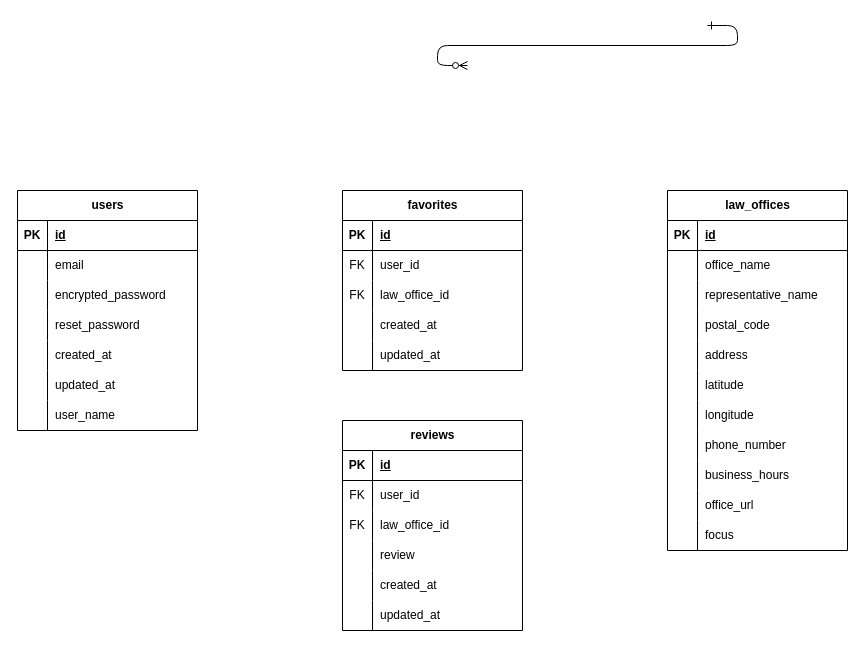
Above: law_office_search_ER.drawio in kawakami1995/law_office_search (draw.io), before the change. Source tidied: cells renumbered, new cells numbered last; positions are measured from the earlier drawing's top-left corner, leaving out a move shared by most shapes. Both pictures are drawn from the tidied source at 100%, with x=0, y=0 at pixel (17, 25).
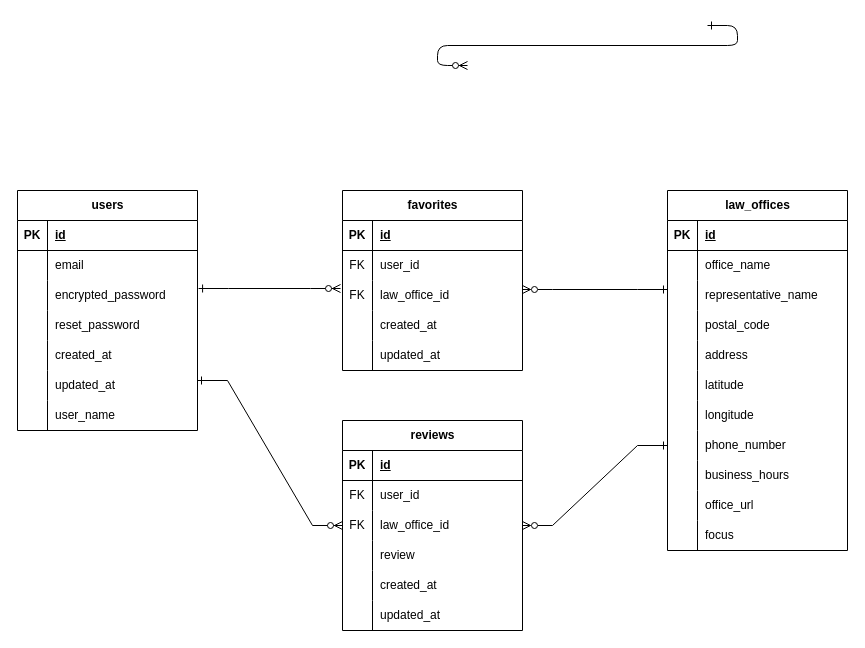
The same page after the edit.

Commit message:
law_office_search_ER.drawio を更新します

Unchanged cells that the change refers to:
```xml
<mxCell id="10" style="shape=tableRow;horizontal=0;startSize=0;swimlaneHead=0;swimlaneBody=0;fillColor=none;points=[[0,0.5],[1,0.5]];portConstraint=eastwest;top=0;left=0;right=0;bottom=0;" parent="3" vertex="1">
  <mxGeometry y="90" width="180" height="30" as="geometry" />
</mxCell>
<mxCell id="47" style="shape=tableRow;horizontal=0;startSize=0;swimlaneHead=0;swimlaneBody=0;fillColor=none;points=[[0,0.5],[1,0.5]];portConstraint=eastwest;top=0;left=0;right=0;bottom=0;" parent="25" vertex="1">
  <mxGeometry y="240" width="180" height="30" as="geometry" />
</mxCell>
<mxCell id="66" style="shape=tableRow;horizontal=0;startSize=0;swimlaneHead=0;swimlaneBody=0;fillColor=none;points=[[0,0.5],[1,0.5]];portConstraint=eastwest;top=0;left=0;right=0;bottom=0;" parent="59" vertex="1">
  <mxGeometry y="90" width="180" height="30" as="geometry" />
</mxCell>
<mxCell id="82" style="shape=tableRow;horizontal=0;startSize=0;swimlaneHead=0;swimlaneBody=0;fillColor=none;points=[[0,0.5],[1,0.5]];portConstraint=eastwest;top=0;left=0;right=0;bottom=0;" parent="75" vertex="1">
  <mxGeometry y="90" width="180" height="30" as="geometry" />
</mxCell>
```

Diff of the diagram source:
```diff
@@
+    <mxCell id="94" style="edgeStyle=entityRelationEdgeStyle;fontSize=12;html=1;endArrow=ERzeroToMany;startArrow=ERone;rounded=0;exitX=1.006;exitY=0.267;exitDx=0;exitDy=0;exitPerimeter=0;entryX=-0.011;entryY=0.267;entryDx=0;entryDy=0;entryPerimeter=0;startFill=0;" parent="1" edge="1" source="10" target="66">
+      <mxGeometry relative="1" as="geometry" />
+    </mxCell>
+    <mxCell id="95" style="edgeStyle=entityRelationEdgeStyle;fontSize=12;html=1;endArrow=ERzeroToMany;startArrow=ERone;rounded=0;startFill=0;" parent="1" edge="1" target="82">
+      <mxGeometry relative="1" as="geometry">
+        <mxPoint x="180" y="355" as="sourcePoint" />
+      </mxGeometry>
+    </mxCell>
+    <mxCell id="96" style="edgeStyle=entityRelationEdgeStyle;fontSize=12;html=1;endArrow=ERone;startArrow=ERzeroToMany;rounded=0;exitX=0.989;exitY=0.3;exitDx=0;exitDy=0;exitPerimeter=0;entryX=-0.011;entryY=0.3;entryDx=0;entryDy=0;entryPerimeter=0;endFill=0;startFill=0;" parent="1" edge="1">
+      <mxGeometry relative="1" as="geometry">
+        <mxPoint x="505" y="264" as="sourcePoint" />
+        <mxPoint x="650" y="264" as="targetPoint" />
+      </mxGeometry>
+    </mxCell>
+    <mxCell id="97" style="edgeStyle=entityRelationEdgeStyle;fontSize=12;html=1;endArrow=ERone;startArrow=ERzeroToMany;rounded=0;exitX=1;exitY=0.5;exitDx=0;exitDy=0;endFill=0;startFill=0;" parent="1" edge="1" source="82" target="47">
+      <mxGeometry relative="1" as="geometry" />
+    </mxCell>
```
